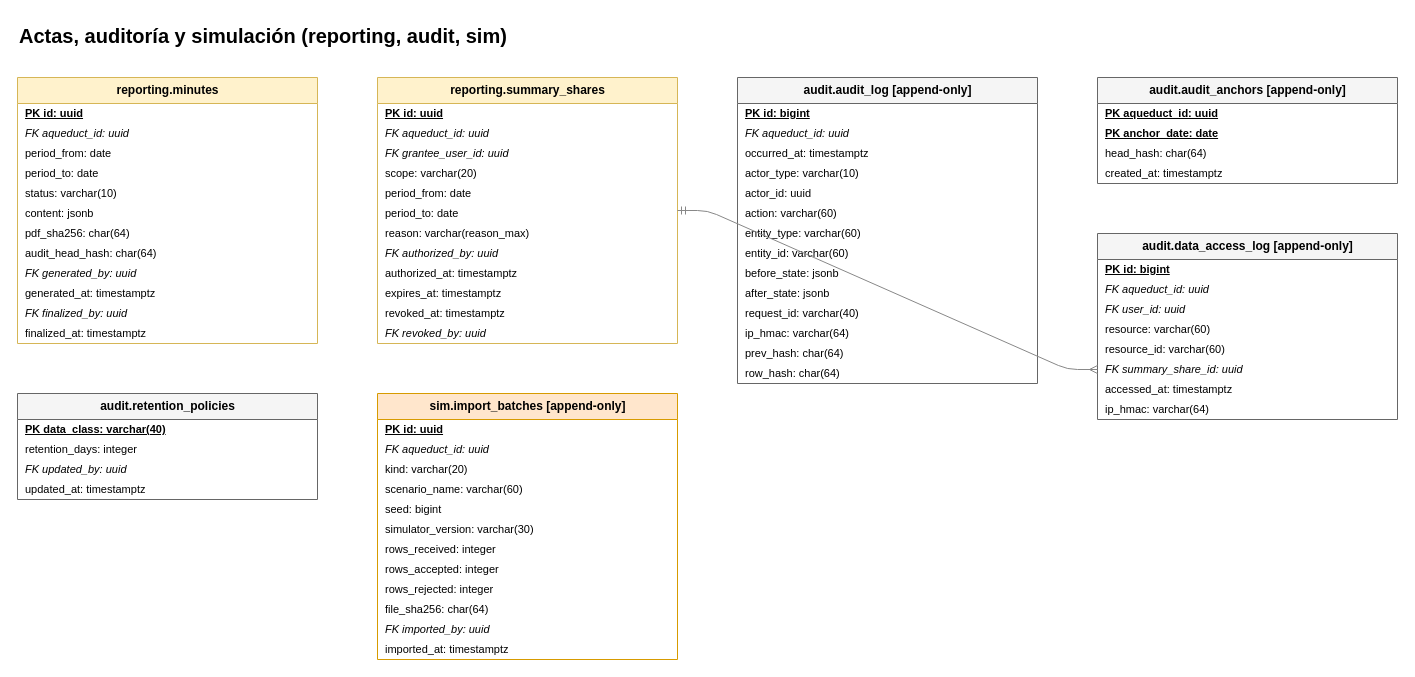
Earlier version of the draw.io diagram page "Actas, auditoría y simulación (reporting, audit, sim)" (6 of 7) of docs/images/modelo-de-datos.drawio (NicoalsD/caudal-backend). Source tidied: cells renumbered, new cells numbered last; positions are measured from the earlier drawing's top-left corner, leaving out a move shared by most shapes. Both pictures are drawn from the tidied source at 100%, with x=0, y=0 at pixel (17, 17).
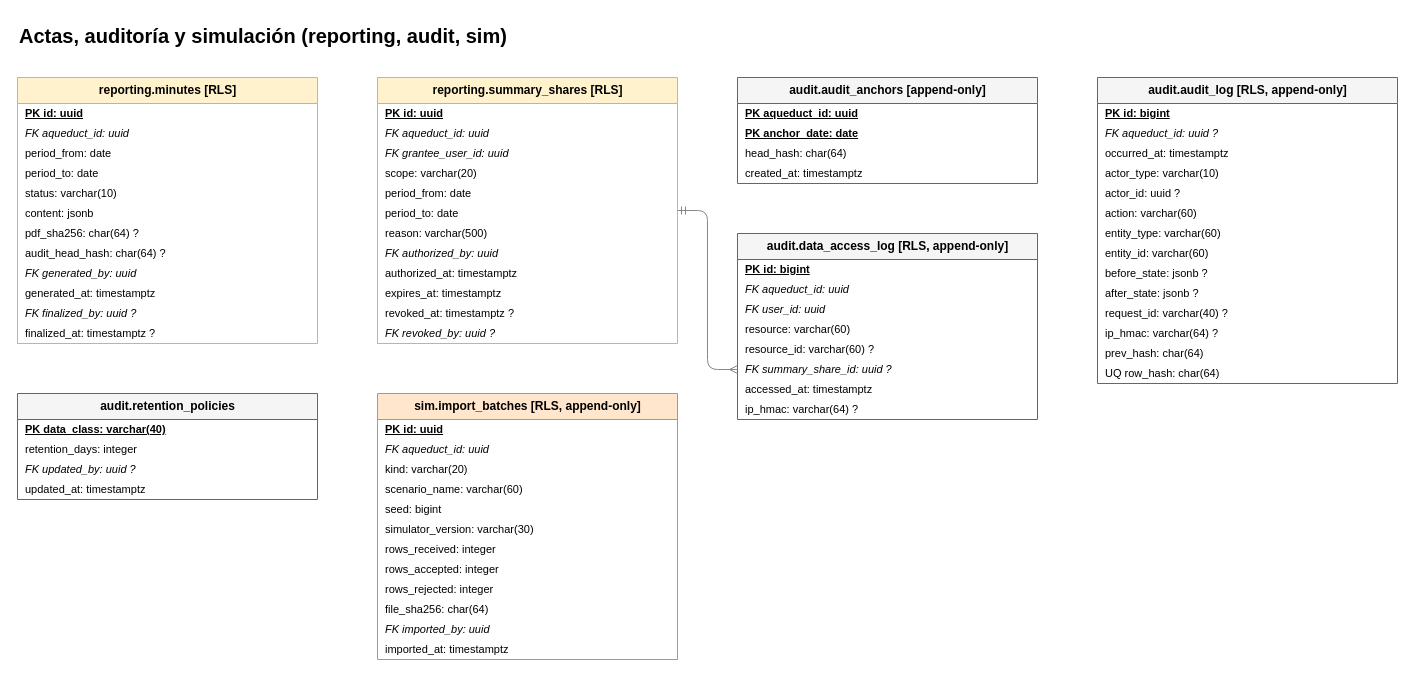
Above is the later version.

The change refers to these unchanged cells:
```xml
<mxCell id="58" value="audit.retention_policies" style="swimlane;fontStyle=1;horizontal=1;startSize=26;html=1;fillColor=#f5f5f5;strokeColor=#666666;fontSize=12;" parent="1" vertex="1">
  <mxGeometry y="376" width="300" height="106" as="geometry" />
</mxCell>
```

What changed in the source:
```diff
@@
-    <mxCell id="3" value="reporting.minutes" style="swimlane;fontStyle=1;horizontal=1;startSize=26;html=1;fillColor=#fff2cc;strokeColor=#d6b656;fontSize=12;" parent="1" vertex="1">
+    <mxCell id="3" value="reporting.minutes  [RLS]" style="swimlane;fontStyle=1;horizontal=1;startSize=26;html=1;fillColor=#fff2cc;strokeColor=#d6b656;fontSize=12;" parent="1" vertex="1">
       <mxGeometry y="60" width="300" height="266" as="geometry" />
     </mxCell>
@@
-    <mxCell id="10" value="pdf_sha256: char(64)" style="text;strokeColor=none;fillColor=none;align=left;verticalAlign=middle;spacingLeft=6;html=1;fontSize=11;" parent="3" vertex="1">
+    <mxCell id="10" value="pdf_sha256: char(64) ?" style="text;strokeColor=none;fillColor=none;align=left;verticalAlign=middle;spacingLeft=6;html=1;fontSize=11;" parent="3" vertex="1">
       <mxGeometry y="146" width="300" height="20" as="geometry" />
     </mxCell>
-    <mxCell id="11" value="audit_head_hash: char(64)" style="text;strokeColor=none;fillColor=none;align=left;verticalAlign=middle;spacingLeft=6;html=1;fontSize=11;" parent="3" vertex="1">
+    <mxCell id="11" value="audit_head_hash: char(64) ?" style="text;strokeColor=none;fillColor=none;align=left;verticalAlign=middle;spacingLeft=6;html=1;fontSize=11;" parent="3" vertex="1">
       <mxGeometry y="166" width="300" height="20" as="geometry" />
     </mxCell>
@@
-    <mxCell id="14" value="FK finalized_by: uuid" style="text;strokeColor=none;fillColor=none;align=left;verticalAlign=middle;spacingLeft=6;html=1;fontSize=11;fontStyle=2;" parent="3" vertex="1">
+    <mxCell id="14" value="FK finalized_by: uuid ?" style="text;strokeColor=none;fillColor=none;align=left;verticalAlign=middle;spacingLeft=6;html=1;fontSize=11;fontStyle=2;" parent="3" vertex="1">
       <mxGeometry y="226" width="300" height="20" as="geometry" />
     </mxCell>
-    <mxCell id="15" value="finalized_at: timestamptz" style="text;strokeColor=none;fillColor=none;align=left;verticalAlign=middle;spacingLeft=6;html=1;fontSize=11;" parent="3" vertex="1">
+    <mxCell id="15" value="finalized_at: timestamptz ?" style="text;strokeColor=none;fillColor=none;align=left;verticalAlign=middle;spacingLeft=6;html=1;fontSize=11;" parent="3" vertex="1">
       <mxGeometry y="246" width="300" height="20" as="geometry" />
     </mxCell>
-    <mxCell id="16" value="reporting.summary_shares" style="swimlane;fontStyle=1;horizontal=1;startSize=26;html=1;fillColor=#fff2cc;strokeColor=#d6b656;fontSize=12;" parent="1" vertex="1">
+    <mxCell id="16" value="reporting.summary_shares  [RLS]" style="swimlane;fontStyle=1;horizontal=1;startSize=26;html=1;fillColor=#fff2cc;strokeColor=#d6b656;fontSize=12;" parent="1" vertex="1">
       <mxGeometry x="360" y="60" width="300" height="266" as="geometry" />
     </mxCell>
@@
-    <mxCell id="23" value="reason: varchar(reason_max)" style="text;strokeColor=none;fillColor=none;align=left;verticalAlign=middle;spacingLeft=6;html=1;fontSize=11;" parent="16" vertex="1">
+    <mxCell id="23" value="reason: varchar(500)" style="text;strokeColor=none;fillColor=none;align=left;verticalAlign=middle;spacingLeft=6;html=1;fontSize=11;" parent="16" vertex="1">
       <mxGeometry y="146" width="300" height="20" as="geometry" />
     </mxCell>
@@
-    <mxCell id="27" value="revoked_at: timestamptz" style="text;strokeColor=none;fillColor=none;align=left;verticalAlign=middle;spacingLeft=6;html=1;fontSize=11;" parent="16" vertex="1">
+    <mxCell id="27" value="revoked_at: timestamptz ?" style="text;strokeColor=none;fillColor=none;align=left;verticalAlign=middle;spacingLeft=6;html=1;fontSize=11;" parent="16" vertex="1">
       <mxGeometry y="226" width="300" height="20" as="geometry" />
     </mxCell>
-    <mxCell id="28" value="FK revoked_by: uuid" style="text;strokeColor=none;fillColor=none;align=left;verticalAlign=middle;spacingLeft=6;html=1;fontSize=11;fontStyle=2;" parent="16" vertex="1">
+    <mxCell id="28" value="FK revoked_by: uuid ?" style="text;strokeColor=none;fillColor=none;align=left;verticalAlign=middle;spacingLeft=6;html=1;fontSize=11;fontStyle=2;" parent="16" vertex="1">
       <mxGeometry y="246" width="300" height="20" as="geometry" />
     </mxCell>
-    <mxCell id="29" value="audit.audit_log  [append-only]" style="swimlane;fontStyle=1;horizontal=1;startSize=26;html=1;fillColor=#f5f5f5;strokeColor=#666666;fontSize=12;" parent="1" vertex="1">
-      <mxGeometry x="720" y="60" width="300" height="306" as="geometry" />
+    <mxCell id="29" value="audit.audit_anchors  [append-only]" style="swimlane;fontStyle=1;horizontal=1;startSize=26;html=1;fillColor=#f5f5f5;strokeColor=#666666;fontSize=12;" parent="1" vertex="1">
+      <mxGeometry x="720" y="60" width="300" height="106" as="geometry" />
     </mxCell>
-    <mxCell id="30" value="PK id: bigint" style="text;strokeColor=none;fillColor=none;align=left;verticalAlign=middle;spacingLeft=6;html=1;fontSize=11;fontStyle=5;" parent="29" vertex="1">
+    <mxCell id="30" value="PK aqueduct_id: uuid" style="text;strokeColor=none;fillColor=none;align=left;verticalAlign=middle;spacingLeft=6;html=1;fontSize=11;fontStyle=5;" parent="29" vertex="1">
       <mxGeometry y="26" width="300" height="20" as="geometry" />
     </mxCell>
-    <mxCell id="31" value="FK aqueduct_id: uuid" style="text;strokeColor=none;fillColor=none;align=left;verticalAlign=middle;spacingLeft=6;html=1;fontSize=11;fontStyle=2;" parent="29" vertex="1">
+    <mxCell id="31" value="PK anchor_date: date" style="text;strokeColor=none;fillColor=none;align=left;verticalAlign=middle;spacingLeft=6;html=1;fontSize=11;fontStyle=5;" parent="29" vertex="1">
       <mxGeometry y="46" width="300" height="20" as="geometry" />
     </mxCell>
-    <mxCell id="32" value="occurred_at: timestamptz" style="text;strokeColor=none;fillColor=none;align=left;verticalAlign=middle;spacingLeft=6;html=1;fontSize=11;" parent="29" vertex="1">
+    <mxCell id="32" value="head_hash: char(64)" style="text;strokeColor=none;fillColor=none;align=left;verticalAlign=middle;spacingLeft=6;html=1;fontSize=11;" parent="29" vertex="1">
       <mxGeometry y="66" width="300" height="20" as="geometry" />
     </mxCell>
-    <mxCell id="33" value="actor_type: varchar(10)" style="text;strokeColor=none;fillColor=none;align=left;verticalAlign=middle;spacingLeft=6;html=1;fontSize=11;" parent="29" vertex="1">
+    <mxCell id="33" value="created_at: timestamptz" style="text;strokeColor=none;fillColor=none;align=left;verticalAlign=middle;spacingLeft=6;html=1;fontSize=11;" parent="29" vertex="1">
       <mxGeometry y="86" width="300" height="20" as="geometry" />
     </mxCell>
-    <mxCell id="34" value="actor_id: uuid" style="text;strokeColor=none;fillColor=none;align=left;verticalAlign=middle;spacingLeft=6;html=1;fontSize=11;" parent="29" vertex="1">
-      <mxGeometry y="106" width="300" height="20" as="geometry" />
-    </mxCell>
-    <mxCell id="35" value="action: varchar(60)" style="text;strokeColor=none;fillColor=none;align=left;verticalAlign=middle;spacingLeft=6;html=1;fontSize=11;" parent="29" vertex="1">
-      <mxGeometry y="126" width="300" height="20" as="geometry" />
-    </mxCell>
-    <mxCell id="36" value="entity_type: varchar(60)" style="text;strokeColor=none;fillColor=none;align=left;verticalAlign=middle;spacingLeft=6;html=1;fontSize=11;" parent="29" vertex="1">
-      <mxGeometry y="146" width="300" height="20" as="geometry" />
-    </mxCell>
-    <mxCell id="37" value="entity_id: varchar(60)" style="text;strokeColor=none;fillColor=none;align=left;verticalAlign=middle;spacingLeft=6;html=1;fontSize=11;" parent="29" vertex="1">
-      <mxGeometry y="166" width="300" height="20" as="geometry" />
-    </mxCell>
-    <mxCell id="38" value="before_state: jsonb" style="text;strokeColor=none;fillColor=none;align=left;verticalAlign=middle;spacingLeft=6;html=1;fontSize=11;" parent="29" vertex="1">
-      <mxGeometry y="186" width="300" height="20" as="geometry" />
-    </mxCell>
-    <mxCell id="39" value="after_state: jsonb" style="text;strokeColor=none;fillColor=none;align=left;verticalAlign=middle;spacingLeft=6;html=1;fontSize=11;" parent="29" vertex="1">
-      <mxGeometry y="206" width="300" height="20" as="geometry" />
-    </mxCell>
-    <mxCell id="40" value="request_id: varchar(40)" style="text;strokeColor=none;fillColor=none;align=left;verticalAlign=middle;spacingLeft=6;html=1;fontSize=11;" parent="29" vertex="1">
-      <mxGeometry y="226" width="300" height="20" as="geometry" />
-    </mxCell>
-    <mxCell id="41" value="ip_hmac: varchar(64)" style="text;strokeColor=none;fillColor=none;align=left;verticalAlign=middle;spacingLeft=6;html=1;fontSize=11;" parent="29" vertex="1">
-      <mxGeometry y="246" width="300" height="20" as="geometry" />
-    </mxCell>
-    <mxCell id="42" value="prev_hash: char(64)" style="text;strokeColor=none;fillColor=none;align=left;verticalAlign=middle;spacingLeft=6;html=1;fontSize=11;" parent="29" vertex="1">
-      <mxGeometry y="266" width="300" height="20" as="geometry" />
-    </mxCell>
-    <mxCell id="43" value="row_hash: char(64)" style="text;strokeColor=none;fillColor=none;align=left;verticalAlign=middle;spacingLeft=6;html=1;fontSize=11;" parent="29" vertex="1">
-      <mxGeometry y="286" width="300" height="20" as="geometry" />
-    </mxCell>
-    <mxCell id="44" value="audit.audit_anchors  [append-only]" style="swimlane;fontStyle=1;horizontal=1;startSize=26;html=1;fillColor=#f5f5f5;strokeColor=#666666;fontSize=12;" parent="1" vertex="1">
-      <mxGeometry x="1080" y="60" width="300" height="106" as="geometry" />
+    <mxCell id="44" value="audit.audit_log  [RLS, append-only]" style="swimlane;fontStyle=1;horizontal=1;startSize=26;html=1;fillColor=#f5f5f5;strokeColor=#666666;fontSize=12;" parent="1" vertex="1">
+      <mxGeometry x="1080" y="60" width="300" height="306" as="geometry" />
     </mxCell>
-    <mxCell id="45" value="PK aqueduct_id: uuid" style="text;strokeColor=none;fillColor=none;align=left;verticalAlign=middle;spacingLeft=6;html=1;fontSize=11;fontStyle=5;" parent="44" vertex="1">
+    <mxCell id="45" value="PK id: bigint" style="text;strokeColor=none;fillColor=none;align=left;verticalAlign=middle;spacingLeft=6;html=1;fontSize=11;fontStyle=5;" parent="44" vertex="1">
       <mxGeometry y="26" width="300" height="20" as="geometry" />
     </mxCell>
-    <mxCell id="46" value="PK anchor_date: date" style="text;strokeColor=none;fillColor=none;align=left;verticalAlign=middle;spacingLeft=6;html=1;fontSize=11;fontStyle=5;" parent="44" vertex="1">
+    <mxCell id="46" value="FK aqueduct_id: uuid ?" style="text;strokeColor=none;fillColor=none;align=left;verticalAlign=middle;spacingLeft=6;html=1;fontSize=11;fontStyle=2;" parent="44" vertex="1">
       <mxGeometry y="46" width="300" height="20" as="geometry" />
     </mxCell>
-    <mxCell id="47" value="head_hash: char(64)" style="text;strokeColor=none;fillColor=none;align=left;verticalAlign=middle;spacingLeft=6;html=1;fontSize=11;" parent="44" vertex="1">
+    <mxCell id="47" value="occurred_at: timestamptz" style="text;strokeColor=none;fillColor=none;align=left;verticalAlign=middle;spacingLeft=6;html=1;fontSize=11;" parent="44" vertex="1">
       <mxGeometry y="66" width="300" height="20" as="geometry" />
     </mxCell>
-    <mxCell id="48" value="created_at: timestamptz" style="text;strokeColor=none;fillColor=none;align=left;verticalAlign=middle;spacingLeft=6;html=1;fontSize=11;" parent="44" vertex="1">
+    <mxCell id="48" value="actor_type: varchar(10)" style="text;strokeColor=none;fillColor=none;align=left;verticalAlign=middle;spacingLeft=6;html=1;fontSize=11;" parent="44" vertex="1">
       <mxGeometry y="86" width="300" height="20" as="geometry" />
     </mxCell>
+    <mxCell id="77" value="actor_id: uuid ?" style="text;strokeColor=none;fillColor=none;align=left;verticalAlign=middle;spacingLeft=6;html=1;fontSize=11;" parent="44" vertex="1">
+      <mxGeometry y="106" width="300" height="20" as="geometry" />
+    </mxCell>
+    <mxCell id="35" value="action: varchar(60)" style="text;strokeColor=none;fillColor=none;align=left;verticalAlign=middle;spacingLeft=6;html=1;fontSize=11;" parent="44" vertex="1">
+      <mxGeometry y="126" width="300" height="20" as="geometry" />
+    </mxCell>
+    <mxCell id="36" value="entity_type: varchar(60)" style="text;strokeColor=none;fillColor=none;align=left;verticalAlign=middle;spacingLeft=6;html=1;fontSize=11;" parent="44" vertex="1">
+      <mxGeometry y="146" width="300" height="20" as="geometry" />
+    </mxCell>
+    <mxCell id="37" value="entity_id: varchar(60)" style="text;strokeColor=none;fillColor=none;align=left;verticalAlign=middle;spacingLeft=6;html=1;fontSize=11;" parent="44" vertex="1">
+      <mxGeometry y="166" width="300" height="20" as="geometry" />
+    </mxCell>
+    <mxCell id="78" value="before_state: jsonb ?" style="text;strokeColor=none;fillColor=none;align=left;verticalAlign=middle;spacingLeft=6;html=1;fontSize=11;" parent="44" vertex="1">
+      <mxGeometry y="186" width="300" height="20" as="geometry" />
+    </mxCell>
+    <mxCell id="79" value="after_state: jsonb ?" style="text;strokeColor=none;fillColor=none;align=left;verticalAlign=middle;spacingLeft=6;html=1;fontSize=11;" parent="44" vertex="1">
+      <mxGeometry y="206" width="300" height="20" as="geometry" />
+    </mxCell>
+    <mxCell id="80" value="request_id: varchar(40) ?" style="text;strokeColor=none;fillColor=none;align=left;verticalAlign=middle;spacingLeft=6;html=1;fontSize=11;" parent="44" vertex="1">
+      <mxGeometry y="226" width="300" height="20" as="geometry" />
+    </mxCell>
+    <mxCell id="81" value="ip_hmac: varchar(64) ?" style="text;strokeColor=none;fillColor=none;align=left;verticalAlign=middle;spacingLeft=6;html=1;fontSize=11;" parent="44" vertex="1">
+      <mxGeometry y="246" width="300" height="20" as="geometry" />
+    </mxCell>
+    <mxCell id="42" value="prev_hash: char(64)" style="text;strokeColor=none;fillColor=none;align=left;verticalAlign=middle;spacingLeft=6;html=1;fontSize=11;" parent="44" vertex="1">
+      <mxGeometry y="266" width="300" height="20" as="geometry" />
+    </mxCell>
+    <mxCell id="82" value="UQ row_hash: char(64)" style="text;strokeColor=none;fillColor=none;align=left;verticalAlign=middle;spacingLeft=6;html=1;fontSize=11;" parent="44" vertex="1">
+      <mxGeometry y="286" width="300" height="20" as="geometry" />
+    </mxCell>
-    <mxCell id="49" value="audit.data_access_log  [append-only]" style="swimlane;fontStyle=1;horizontal=1;startSize=26;html=1;fillColor=#f5f5f5;strokeColor=#666666;fontSize=12;" parent="1" vertex="1">
-      <mxGeometry x="1080" y="216" width="300" height="186" as="geometry" />
+    <mxCell id="49" value="audit.data_access_log  [RLS, append-only]" style="swimlane;fontStyle=1;horizontal=1;startSize=26;html=1;fillColor=#f5f5f5;strokeColor=#666666;fontSize=12;" parent="1" vertex="1">
+      <mxGeometry x="720" y="216" width="300" height="186" as="geometry" />
     </mxCell>
@@
-    <mxCell id="54" value="resource_id: varchar(60)" style="text;strokeColor=none;fillColor=none;align=left;verticalAlign=middle;spacingLeft=6;html=1;fontSize=11;" parent="49" vertex="1">
+    <mxCell id="54" value="resource_id: varchar(60) ?" style="text;strokeColor=none;fillColor=none;align=left;verticalAlign=middle;spacingLeft=6;html=1;fontSize=11;" parent="49" vertex="1">
       <mxGeometry y="106" width="300" height="20" as="geometry" />
     </mxCell>
-    <mxCell id="55" value="FK summary_share_id: uuid" style="text;strokeColor=none;fillColor=none;align=left;verticalAlign=middle;spacingLeft=6;html=1;fontSize=11;fontStyle=2;" parent="49" vertex="1">
+    <mxCell id="55" value="FK summary_share_id: uuid ?" style="text;strokeColor=none;fillColor=none;align=left;verticalAlign=middle;spacingLeft=6;html=1;fontSize=11;fontStyle=2;" parent="49" vertex="1">
       <mxGeometry y="126" width="300" height="20" as="geometry" />
     </mxCell>
@@
-    <mxCell id="57" value="ip_hmac: varchar(64)" style="text;strokeColor=none;fillColor=none;align=left;verticalAlign=middle;spacingLeft=6;html=1;fontSize=11;" parent="49" vertex="1">
+    <mxCell id="57" value="ip_hmac: varchar(64) ?" style="text;strokeColor=none;fillColor=none;align=left;verticalAlign=middle;spacingLeft=6;html=1;fontSize=11;" parent="49" vertex="1">
       <mxGeometry y="166" width="300" height="20" as="geometry" />
     </mxCell>
@@
-    <mxCell id="61" value="FK updated_by: uuid" style="text;strokeColor=none;fillColor=none;align=left;verticalAlign=middle;spacingLeft=6;html=1;fontSize=11;fontStyle=2;" parent="58" vertex="1">
+    <mxCell id="61" value="FK updated_by: uuid ?" style="text;strokeColor=none;fillColor=none;align=left;verticalAlign=middle;spacingLeft=6;html=1;fontSize=11;fontStyle=2;" parent="58" vertex="1">
       <mxGeometry y="66" width="300" height="20" as="geometry" />
     </mxCell>
@@
-    <mxCell id="63" value="sim.import_batches  [append-only]" style="swimlane;fontStyle=1;horizontal=1;startSize=26;html=1;fillColor=#ffe6cc;strokeColor=#d79b00;fontSize=12;" parent="1" vertex="1">
+    <mxCell id="63" value="sim.import_batches  [RLS, append-only]" style="swimlane;fontStyle=1;horizontal=1;startSize=26;html=1;fillColor=#ffe6cc;strokeColor=#d79b00;fontSize=12;" parent="1" vertex="1">
       <mxGeometry x="360" y="376" width="300" height="266" as="geometry" />
     </mxCell>
```
